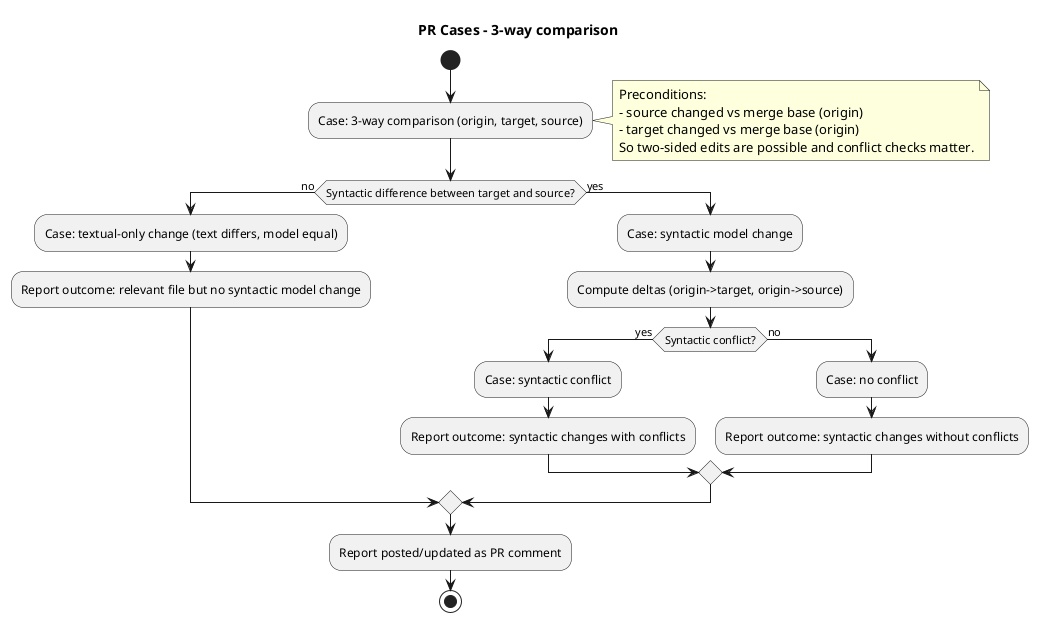
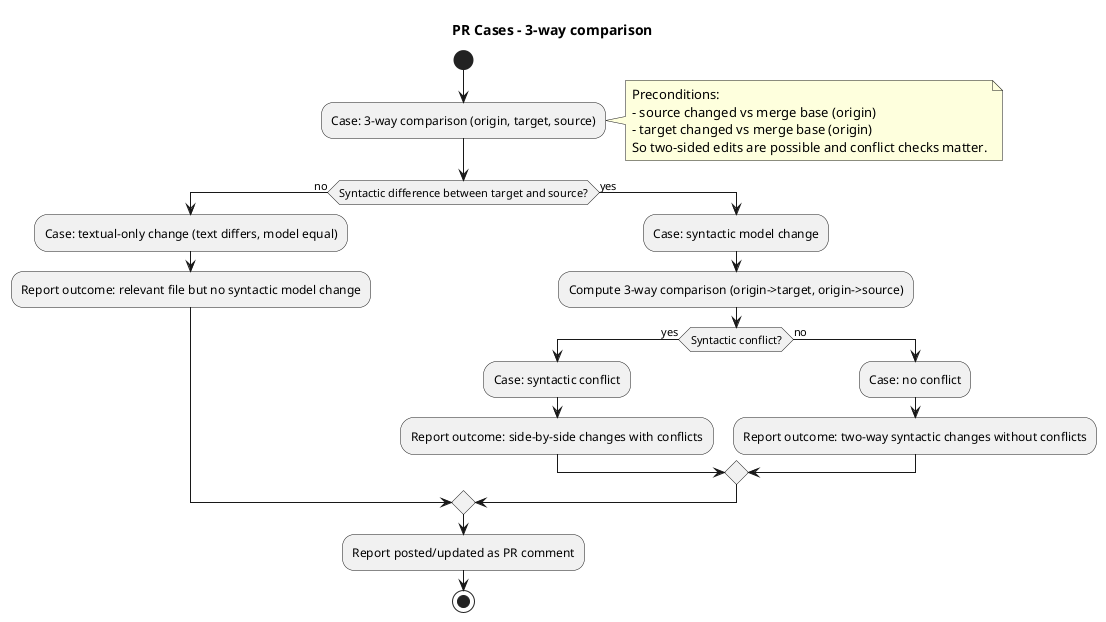
@startuml 3-way-comparison
title PR Cases - 3-way comparison

start

:Case: 3-way comparison (origin, target, source);
note right
  Preconditions:
  - source changed vs merge base (origin)
  - target changed vs merge base (origin)
  So two-sided edits are possible and conflict checks matter.
end note

if (Syntactic difference between target and source?) then (no)
  :Case: textual-only change (text differs, model equal);
  :Report outcome: relevant file but no syntactic model change;
else (yes)
  :Case: syntactic model change;

-   :Compute deltas (origin->target, origin->source);
+   :Compute 3-way comparison (origin->target, origin->source);
  if (Syntactic conflict?) then (yes)
    :Case: syntactic conflict;
-     :Report outcome: syntactic changes with conflicts;
+     :Report outcome: side-by-side changes with conflicts;
  else (no)
    :Case: no conflict;
-     :Report outcome: syntactic changes without conflicts;
+     :Report outcome: two-way syntactic changes without conflicts;
  endif
endif

:Report posted/updated as PR comment;

stop
@enduml
